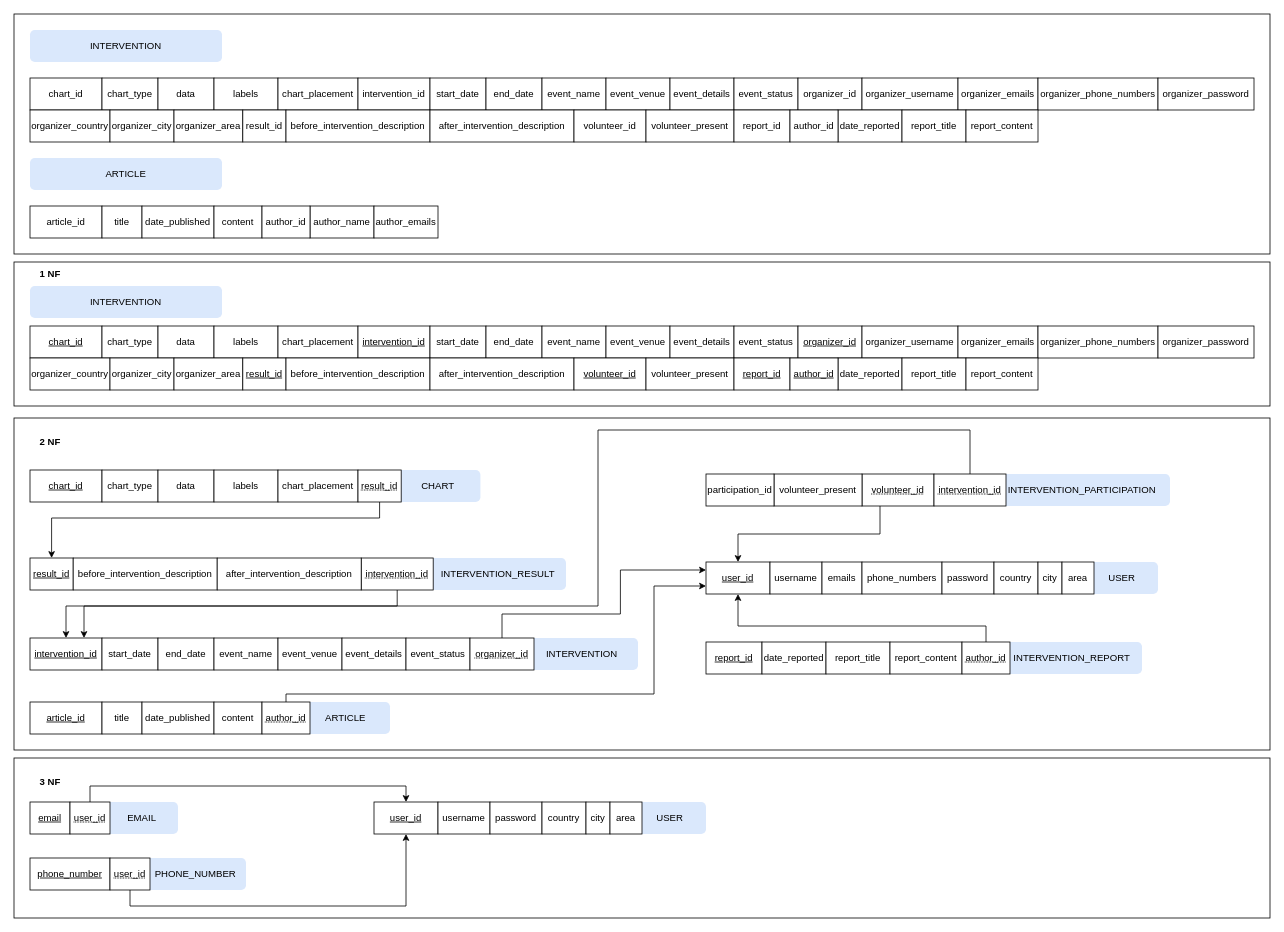
Above: normalization.drawio in BloodRiver/public-health-interventions (draw.io), before the change. Source tidied: cells renumbered, new cells numbered last; positions are measured from the earlier drawing's top-left corner, leaving out a move shared by most shapes. Both pictures are drawn from the tidied source at 80%, with x=0, y=0 at pixel (14, 14).
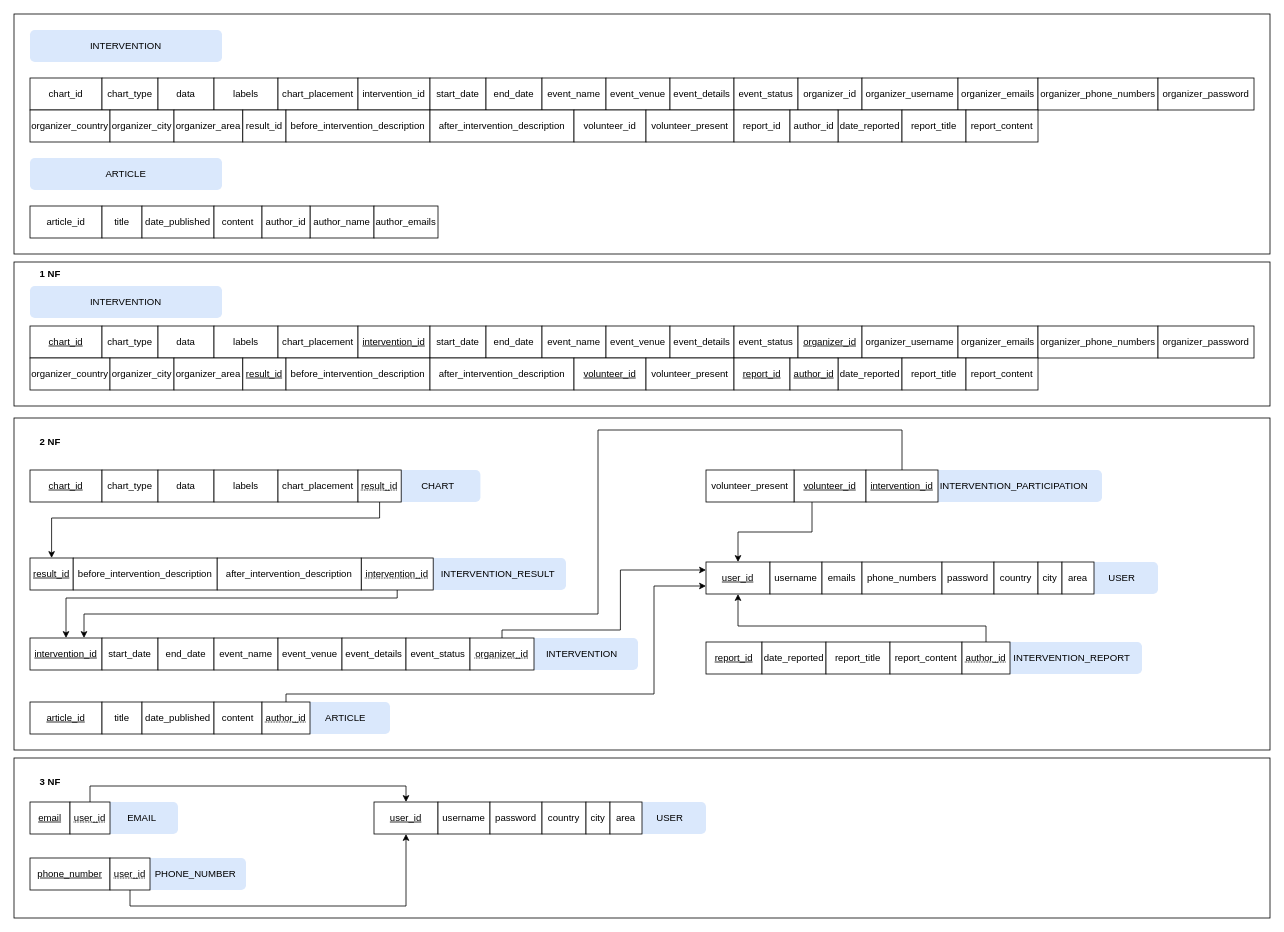
The same page after the edit.

Unchanged cells that the change refers to:
```xml
<mxCell id="94" value="intervention_id" style="rounded=0;whiteSpace=wrap;html=1;fontStyle=4;" parent="1" vertex="1">
  <mxGeometry x="20" y="780" width="90" height="40" as="geometry" />
</mxCell>
<mxCell id="101" value="user_id" style="rounded=0;whiteSpace=wrap;html=1;fontStyle=4;" parent="1" vertex="1">
  <mxGeometry x="865" y="685" width="80" height="40" as="geometry" />
</mxCell>
<mxCell id="119" value="&lt;span style=&quot;text-decoration: dotted underline;&quot;&gt;intervention_id&lt;/span&gt;" style="rounded=0;whiteSpace=wrap;html=1;fontStyle=0;" parent="1" vertex="1">
  <mxGeometry x="434" y="680" width="90" height="40" as="geometry" />
</mxCell>
<mxCell id="124" value="&lt;span style=&quot;text-decoration: dotted underline;&quot;&gt;organizer_id&lt;/span&gt;" style="rounded=0;whiteSpace=wrap;html=1;fontStyle=0;" parent="1" vertex="1">
  <mxGeometry x="570" y="780" width="80" height="40" as="geometry" />
</mxCell>
```

The edit, as a diff of the source:
```diff
@@
     <mxCell id="7" value="INTERVENTION_PARTICIPATION" style="rounded=1;whiteSpace=wrap;html=1;fillColor=#dae8fc;strokeColor=none;" parent="1" vertex="1">
-      <mxGeometry x="1225" y="575" width="220" height="40" as="geometry" />
+      <mxGeometry x="1140" y="570" width="220" height="40" as="geometry" />
     </mxCell>
@@
-    <mxCell id="110" value="&lt;span style=&quot;text-decoration: dotted underline;&quot;&gt;volunteer_id&lt;/span&gt;" style="rounded=0;whiteSpace=wrap;html=1;fontStyle=0;" parent="1" vertex="1">
-      <mxGeometry x="1060" y="575" width="90" height="40" as="geometry" />
+    <mxCell id="110" value="&lt;u&gt;volunteer_id&lt;/u&gt;" style="rounded=0;whiteSpace=wrap;html=1;fontStyle=0;" parent="1" vertex="1">
+      <mxGeometry x="975" y="570" width="90" height="40" as="geometry" />
     </mxCell>
     <mxCell id="111" value="volunteer_present" style="rounded=0;whiteSpace=wrap;html=1;" parent="1" vertex="1">
-      <mxGeometry x="950" y="575" width="110" height="40" as="geometry" />
+      <mxGeometry x="865" y="570" width="110" height="40" as="geometry" />
     </mxCell>
@@
     <mxCell id="118" style="edgeStyle=orthogonalEdgeStyle;rounded=0;jettySize=auto;html=1;entryX=0.5;entryY=0;entryDx=0;entryDy=0;" parent="1" edge="1" source="119" target="94">
       <mxGeometry relative="1" as="geometry">
         <Array as="points">
-          <mxPoint x="479" y="740" />
-          <mxPoint x="65" y="740" />
+          <mxPoint x="479" y="730" />
+          <mxPoint x="65" y="730" />
         </Array>
       </mxGeometry>
     </mxCell>
@@
     <mxCell id="123" style="edgeStyle=orthogonalEdgeStyle;rounded=0;jettySize=auto;html=1;entryX=0;entryY=0.25;entryDx=0;entryDy=0;" parent="1" edge="1" source="124" target="101">
       <mxGeometry relative="1" as="geometry">
         <Array as="points">
-          <mxPoint x="610" y="750" />
-          <mxPoint x="758" y="750" />
+          <mxPoint x="610" y="770" />
+          <mxPoint x="758" y="770" />
           <mxPoint x="758" y="695" />
         </Array>
       </mxGeometry>
     </mxCell>
@@
     <mxCell id="125" style="edgeStyle=orthogonalEdgeStyle;rounded=0;jettySize=auto;html=1;entryX=0.75;entryY=0;entryDx=0;entryDy=0;exitX=0.5;exitY=0;exitDx=0;exitDy=0;" parent="1" edge="1" source="126" target="94">
       <mxGeometry relative="1" as="geometry">
         <Array as="points">
-          <mxPoint x="1195" y="520" />
+          <mxPoint x="1110" y="520" />
           <mxPoint x="730" y="520" />
-          <mxPoint x="730" y="740" />
-          <mxPoint x="87" y="740" />
+          <mxPoint x="730" y="750" />
+          <mxPoint x="88" y="750" />
         </Array>
       </mxGeometry>
     </mxCell>
-    <mxCell id="126" value="&lt;span style=&quot;text-decoration: dotted underline;&quot;&gt;intervention_id&lt;/span&gt;" style="rounded=0;whiteSpace=wrap;html=1;fontStyle=0;" parent="1" vertex="1">
-      <mxGeometry x="1150" y="575" width="90" height="40" as="geometry" />
+    <mxCell id="126" value="&lt;span style=&quot;&quot;&gt;intervention_id&lt;/span&gt;" style="rounded=0;whiteSpace=wrap;html=1;fontStyle=4;" parent="1" vertex="1">
+      <mxGeometry x="1065" y="570" width="90" height="40" as="geometry" />
     </mxCell>
@@
-    <mxCell id="145" value="participation_id" style="rounded=0;whiteSpace=wrap;html=1;fontStyle=0;" parent="1" vertex="1">
-      <mxGeometry x="865" y="575" width="85" height="40" as="geometry" />
-    </mxCell>
```
